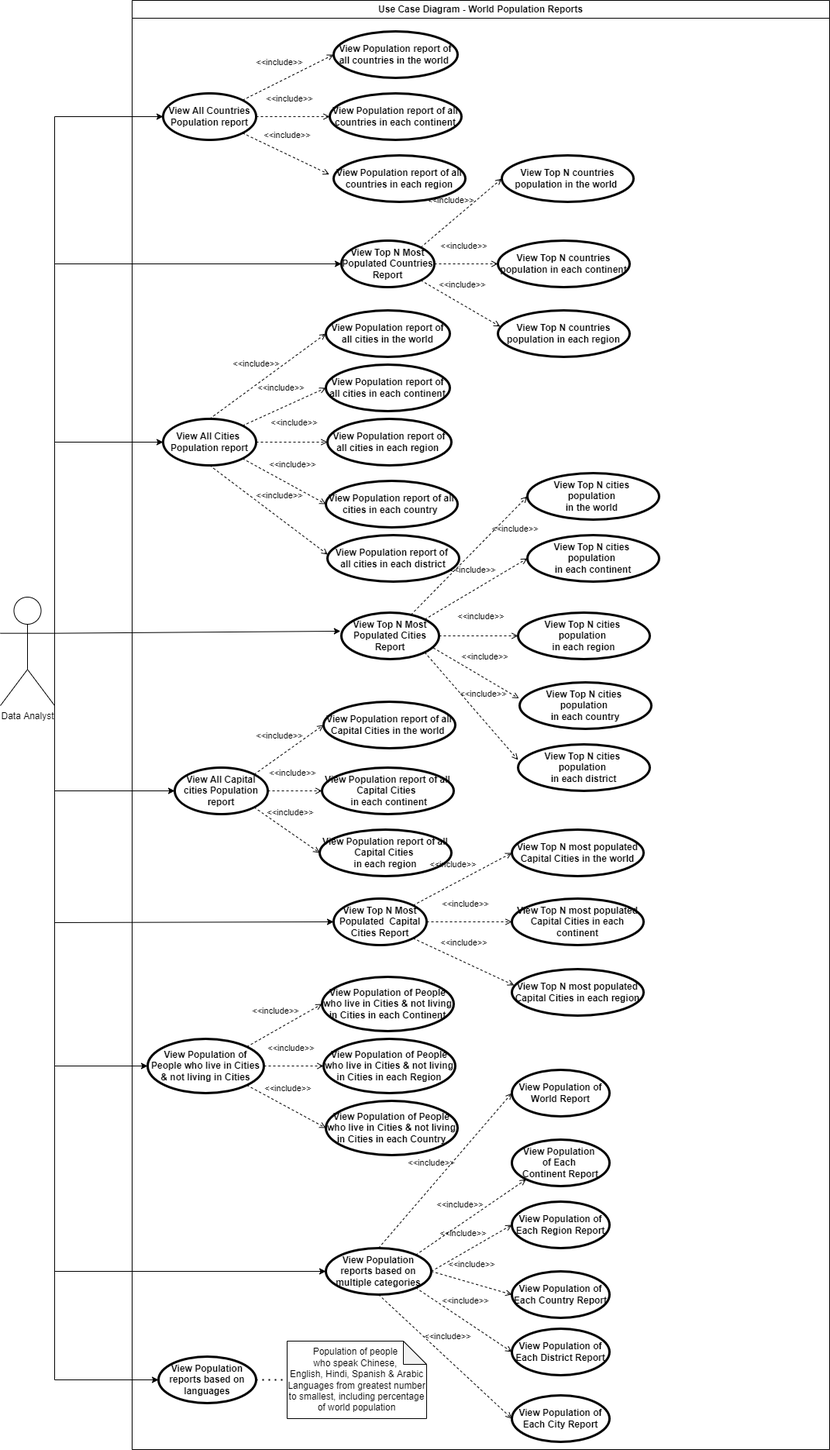
Before: Use_Case_Diagram.png, a diagram exported from draw.io (kaungmyat128/devops_coursework). Source tidied: cells renumbered, new cells last; positions are measured from the earlier drawing's top-left corner, leaving out a move shared by most shapes.
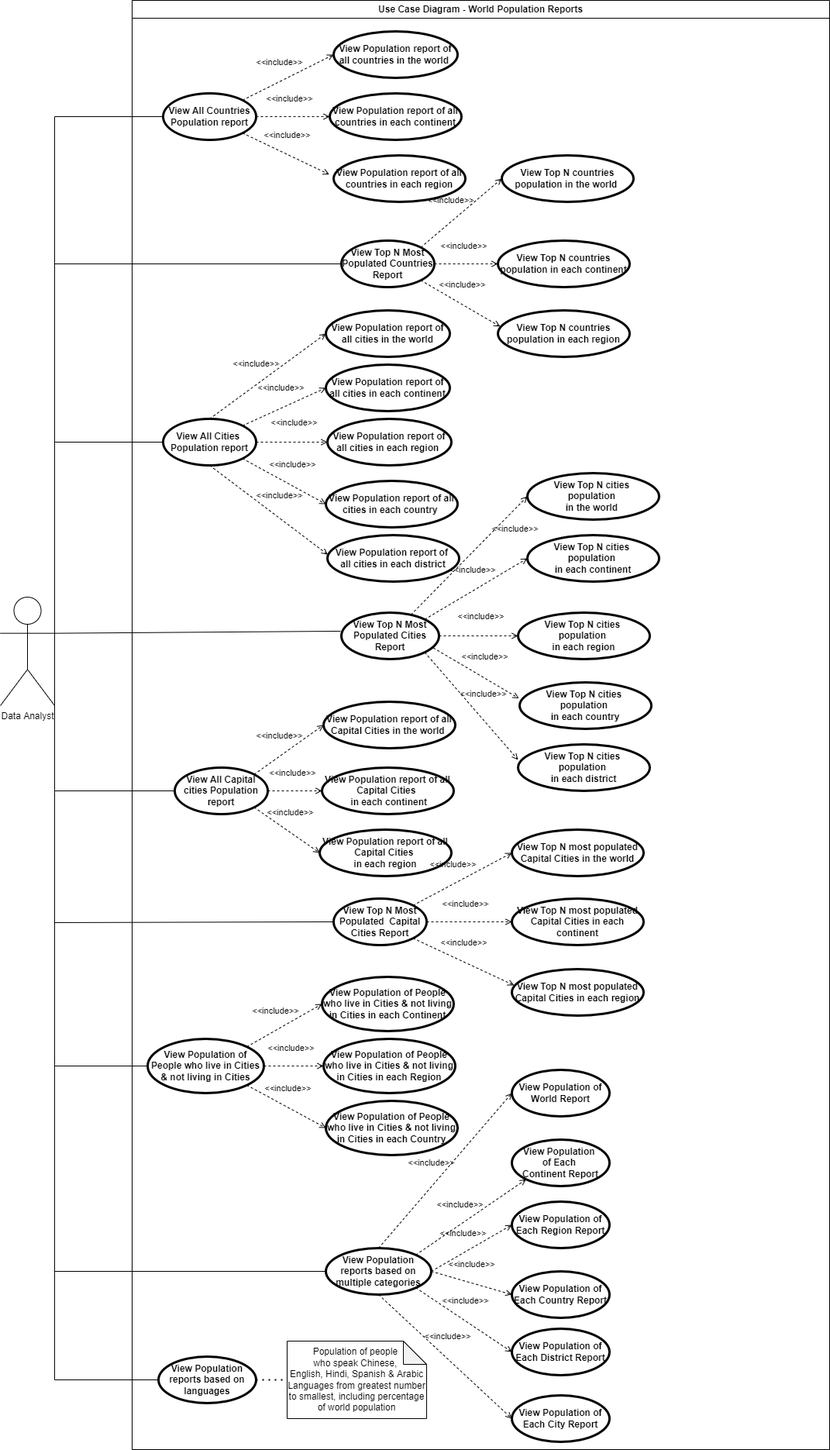
After the commit.

Commit message:
Use case edited

What changed in the source:
```diff
@@ -209,24 +209,24 @@
     <mxCell id="70" value="Data Analyst" style="shape=umlActor;html=1;verticalLabelPosition=bottom;verticalAlign=top;align=center;" parent="1" vertex="1">
       <mxGeometry y="770" width="70" height="140" as="geometry" />
     </mxCell>
-    <mxCell id="71" style="endArrow=classic;html=1;rounded=0;entryX=0;entryY=0.5;entryDx=0;entryDy=0;exitX=1;exitY=0.3333333333333333;exitDx=0;exitDy=0;exitPerimeter=0;" parent="1" edge="1" source="70" target="66">
+    <mxCell id="71" style="endArrow=none;html=1;rounded=0;entryX=0;entryY=0.5;entryDx=0;entryDy=0;exitX=1;exitY=0.3333333333333333;exitDx=0;exitDy=0;exitPerimeter=0;" parent="1" edge="1" source="70" target="66">
       <mxGeometry relative="1" as="geometry">
         <Array as="points">
           <mxPoint x="70" y="150" />
         </Array>
       </mxGeometry>
     </mxCell>
-    <mxCell id="72" style="endArrow=classic;html=1;rounded=0;entryX=0;entryY=0.5;entryDx=0;entryDy=0;exitX=1;exitY=0.3333333333333333;exitDx=0;exitDy=0;exitPerimeter=0;" parent="1" edge="1" source="70" target="3">
+    <mxCell id="72" style="endArrow=none;html=1;rounded=0;entryX=0;entryY=0.5;entryDx=0;entryDy=0;exitX=1;exitY=0.3333333333333333;exitDx=0;exitDy=0;exitPerimeter=0;" parent="1" edge="1" source="70" target="3">
       <mxGeometry relative="1" as="geometry">
         <Array as="points">
           <mxPoint x="70" y="340" />
         </Array>
       </mxGeometry>
     </mxCell>
-    <mxCell id="73" style="endArrow=classic;html=1;rounded=0;entryX=-0.009;entryY=0.399;entryDx=0;entryDy=0;entryPerimeter=0;exitX=1;exitY=0.3333333333333333;exitDx=0;exitDy=0;exitPerimeter=0;" parent="1" edge="1" source="70" target="76">
+    <mxCell id="73" style="endArrow=none;html=1;rounded=0;entryX=-0.009;entryY=0.399;entryDx=0;entryDy=0;entryPerimeter=0;exitX=1;exitY=0.3333333333333333;exitDx=0;exitDy=0;exitPerimeter=0;" parent="1" edge="1" source="70" target="76">
       <mxGeometry relative="1" as="geometry" />
     </mxCell>
-    <mxCell id="74" style="endArrow=classic;html=1;rounded=0;entryX=0;entryY=0.5;entryDx=0;entryDy=0;exitX=1;exitY=0.3333333333333333;exitDx=0;exitDy=0;exitPerimeter=0;" parent="1" edge="1" source="70" target="4">
+    <mxCell id="74" style="endArrow=none;html=1;rounded=0;entryX=0;entryY=0.5;entryDx=0;entryDy=0;exitX=1;exitY=0.3333333333333333;exitDx=0;exitDy=0;exitPerimeter=0;" parent="1" edge="1" source="70" target="4">
       <mxGeometry relative="1" as="geometry">
         <Array as="points">
           <mxPoint x="70" y="570" />
@@ -253,14 +253,14 @@
     <mxCell id="80" value="&amp;lt;&amp;lt;include&amp;gt;&amp;gt;" style="edgeStyle=none;html=1;endArrow=open;verticalAlign=bottom;dashed=1;labelBackgroundColor=none;rounded=0;entryX=0;entryY=0.5;entryDx=0;entryDy=0;" parent="1" edge="1" source="76" target="23">
       <mxGeometry x="0.06" y="16" relative="1" as="geometry" />
     </mxCell>
-    <mxCell id="81" style="endArrow=classic;html=1;rounded=0;entryX=0;entryY=0.5;entryDx=0;entryDy=0;exitX=1;exitY=0.3333333333333333;exitDx=0;exitDy=0;exitPerimeter=0;" parent="1" edge="1" source="70" target="26">
+    <mxCell id="81" style="endArrow=none;html=1;rounded=0;entryX=0;entryY=0.5;entryDx=0;entryDy=0;exitX=1;exitY=0.3333333333333333;exitDx=0;exitDy=0;exitPerimeter=0;" parent="1" edge="1" source="70" target="26">
       <mxGeometry relative="1" as="geometry">
         <Array as="points">
           <mxPoint x="70" y="1020" />
         </Array>
       </mxGeometry>
     </mxCell>
-    <mxCell id="82" style="endArrow=classic;html=1;rounded=0;entryX=0;entryY=0.5;entryDx=0;entryDy=0;" parent="1" edge="1" target="27">
+    <mxCell id="82" style="endArrow=none;html=1;rounded=0;entryX=0;entryY=0.5;entryDx=0;entryDy=0;" parent="1" edge="1" target="27">
       <mxGeometry relative="1" as="geometry">
         <mxPoint x="70" y="810" as="sourcePoint" />
         <Array as="points">
@@ -268,7 +268,7 @@
         </Array>
       </mxGeometry>
     </mxCell>
-    <mxCell id="83" style="endArrow=classic;html=1;rounded=0;entryX=0;entryY=0.5;entryDx=0;entryDy=0;" parent="1" edge="1" target="29">
+    <mxCell id="83" style="endArrow=none;html=1;rounded=0;entryX=0;entryY=0.5;entryDx=0;entryDy=0;" parent="1" edge="1" target="29">
       <mxGeometry relative="1" as="geometry">
         <mxPoint x="70" y="820" as="sourcePoint" />
         <Array as="points">
@@ -276,14 +276,14 @@
         </Array>
       </mxGeometry>
     </mxCell>
-    <mxCell id="84" style="endArrow=classic;html=1;rounded=0;exitX=1;exitY=0.3333333333333333;exitDx=0;exitDy=0;exitPerimeter=0;" parent="1" edge="1" source="70" target="28">
+    <mxCell id="84" style="endArrow=none;html=1;rounded=0;exitX=1;exitY=0.3333333333333333;exitDx=0;exitDy=0;exitPerimeter=0;" parent="1" edge="1" source="70" target="28">
       <mxGeometry relative="1" as="geometry">
         <Array as="points">
           <mxPoint x="70" y="1640" />
         </Array>
       </mxGeometry>
     </mxCell>
-    <mxCell id="85" style="endArrow=classic;html=1;rounded=0;exitX=1;exitY=0.3333333333333333;exitDx=0;exitDy=0;exitPerimeter=0;entryX=0;entryY=0.5;entryDx=0;entryDy=0;" parent="1" edge="1" source="70" target="60">
+    <mxCell id="85" style="endArrow=none;html=1;rounded=0;exitX=1;exitY=0.3333333333333333;exitDx=0;exitDy=0;exitPerimeter=0;entryX=0;entryY=0.5;entryDx=0;entryDy=0;" parent="1" edge="1" source="70" target="60">
       <mxGeometry relative="1" as="geometry">
         <Array as="points">
           <mxPoint x="70" y="1780" />
```
